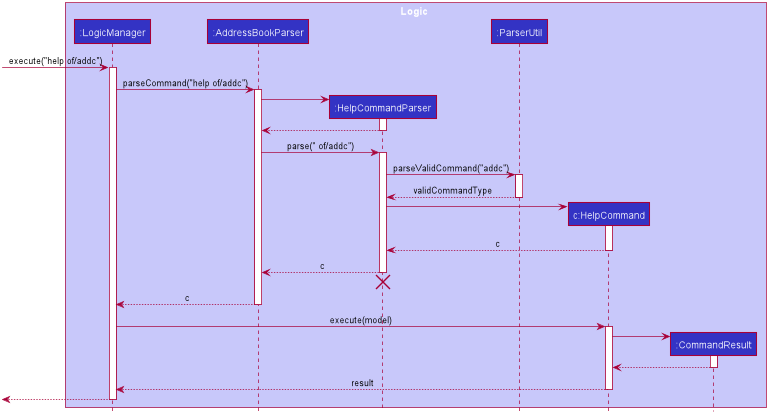
This is docs/images/HelpSequenceDiagram.png from zhXchD/tp, a PlantUML export, as it was before one commit.
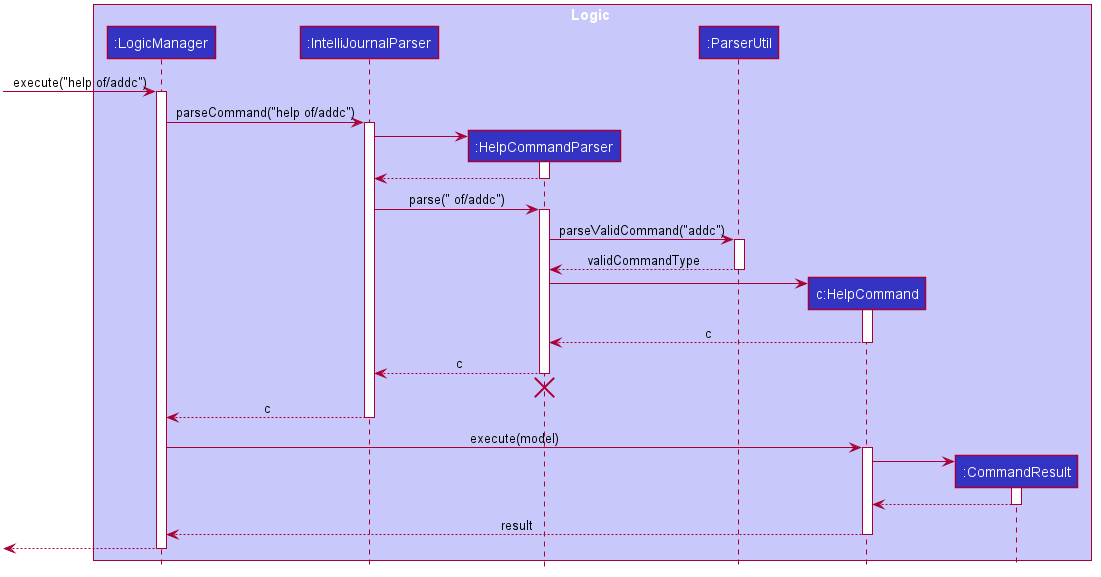
Above is the later version.

The edit, as a diff of the source:
```diff
@@ -50,7 +50,7 @@
 
 box Logic #C8C8FA
 participant ":LogicManager" as LogicManager #3333C4
-participant ":AddressBookParser" as AddressBookParser #3333C4
+participant ":IntelliJournalParser" as IntelliJournalParser #3333C4
 participant ":HelpCommandParser" as HelpCommandParser #3333C4
 participant ":ParserUtil" as ParserUtil #3333C4
 participant "c:HelpCommand" as HelpCommand #3333C4
@@ -60,17 +60,17 @@
 [-> LogicManager : execute("help of/addc")
 activate LogicManager
 
-LogicManager -> AddressBookParser : parseCommand("help of/addc")
-activate AddressBookParser
+LogicManager -> IntelliJournalParser : parseCommand("help of/addc")
+activate IntelliJournalParser
 
 create HelpCommandParser
-AddressBookParser -> HelpCommandParser
+IntelliJournalParser -> HelpCommandParser
 activate HelpCommandParser
 
-HelpCommandParser --> AddressBookParser
+HelpCommandParser --> IntelliJournalParser
 deactivate HelpCommandParser
 
-AddressBookParser -> HelpCommandParser : parse(" of/addc")
+IntelliJournalParser -> HelpCommandParser : parse(" of/addc")
 activate HelpCommandParser
 
 HelpCommandParser -> ParserUtil : parseValidCommand("addc")
@@ -86,13 +86,13 @@
 HelpCommand --> HelpCommandParser : c
 deactivate HelpCommand
 
-HelpCommandParser --> AddressBookParser : c
+HelpCommandParser --> IntelliJournalParser : c
 deactivate HelpCommandParser
-HelpCommandParser -[hidden]-> AddressBookParser
+HelpCommandParser -[hidden]-> IntelliJournalParser
 destroy HelpCommandParser
 
-AddressBookParser --> LogicManager : c
-deactivate AddressBookParser
+IntelliJournalParser --> LogicManager : c
+deactivate IntelliJournalParser
 
 LogicManager -> HelpCommand : execute(model)
 activate HelpCommand
```
